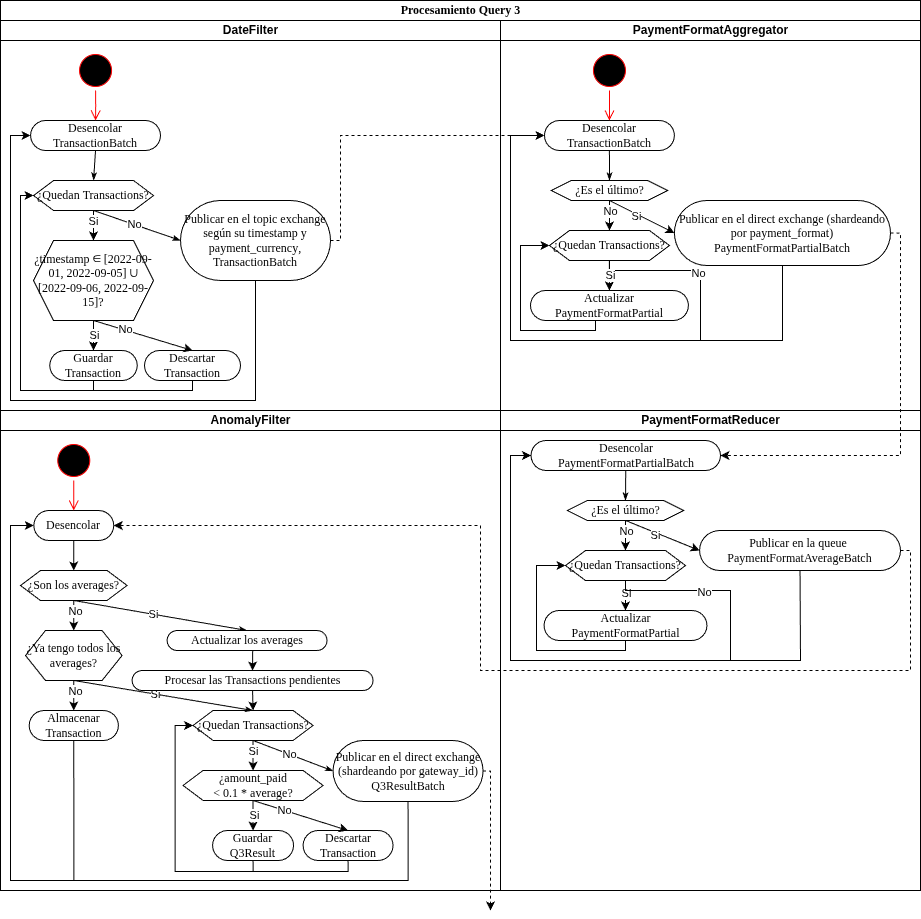
The draw.io diagram docs/diagramas/diagrama_actividades_q3.png in LucianaLarrosa/tp-distribuidos-moneylaundering, before a commit. Source tidied: cells renumbered, new cells last; positions are measured from the earlier drawing's top-left corner, leaving out a move shared by most shapes.
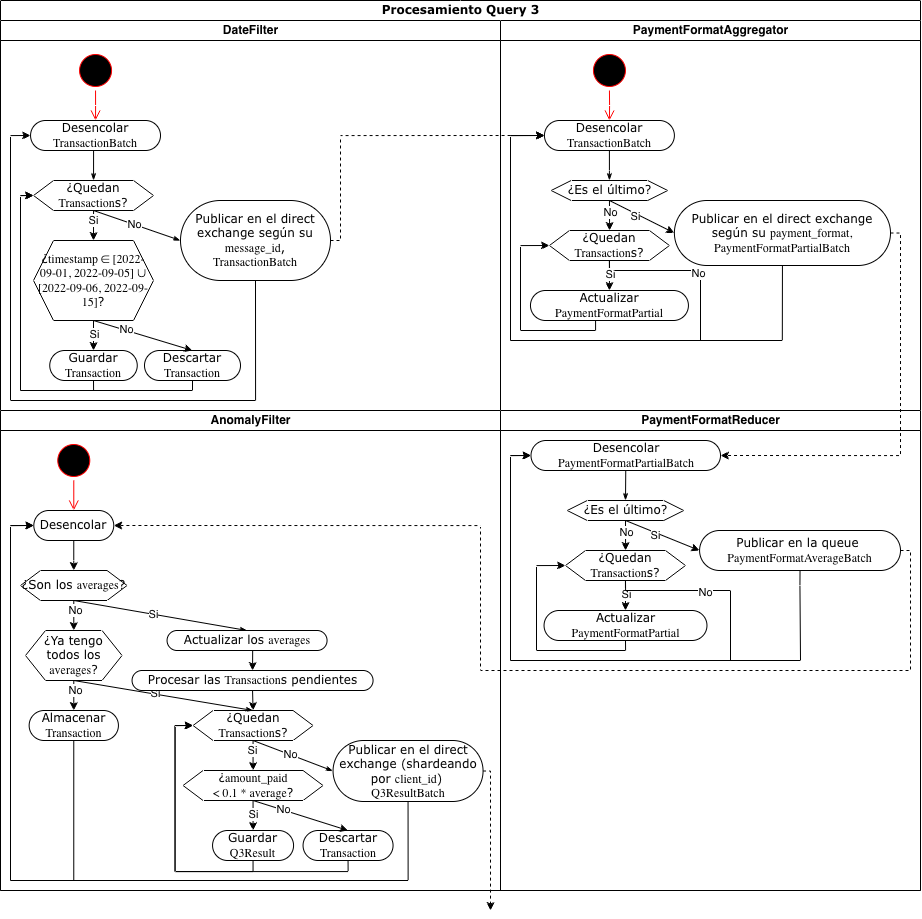
After the change.

Change to the diagram source:
```diff
@@ -35,7 +35,7 @@
         </Array>
       </mxGeometry>
     </mxCell>
-    <mxCell id="9" value="Publicar en el topic exchange según su &lt;span style=&quot;font-family: &amp;quot;Lucida Console&amp;quot;;&quot;&gt;timestamp &lt;/span&gt;y &lt;font face=&quot;Lucida Console&quot;&gt;payment_currency&lt;/font&gt;&lt;font face=&quot;Verdana&quot;&gt;,&lt;/font&gt;&lt;div&gt;&lt;font face=&quot;Lucida Console&quot;&gt;TransactionBatch&lt;/font&gt;&lt;/div&gt;" style="rounded=1;whiteSpace=wrap;html=1;shadow=0;comic=0;labelBackgroundColor=none;strokeWidth=1;fontFamily=Verdana;fontSize=12;align=center;arcSize=50;" parent="3" vertex="1">
+    <mxCell id="9" value="Publicar en el direct exchange según su &lt;font face=&quot;Lucida Console&quot;&gt;message_id&lt;/font&gt;&lt;font face=&quot;Verdana&quot;&gt;,&lt;/font&gt;&lt;div&gt;&lt;font face=&quot;Lucida Console&quot;&gt;TransactionBatch&lt;/font&gt;&lt;/div&gt;" style="rounded=1;whiteSpace=wrap;html=1;shadow=0;comic=0;labelBackgroundColor=none;strokeWidth=1;fontFamily=Verdana;fontSize=12;align=center;arcSize=50;" parent="3" vertex="1">
       <mxGeometry x="180" y="180" width="150" height="80" as="geometry" />
     </mxCell>
     <mxCell id="10" value="Desencolar &lt;font face=&quot;Lucida Console&quot;&gt;TransactionBatch&lt;/font&gt;" style="rounded=1;whiteSpace=wrap;html=1;shadow=0;comic=0;labelBackgroundColor=none;strokeWidth=1;fontFamily=Verdana;fontSize=12;align=center;arcSize=50;" parent="3" vertex="1">
@@ -131,7 +131,7 @@
         </Array>
       </mxGeometry>
     </mxCell>
-    <mxCell id="31" value="Publicar en el direct exchange (shardeando por&amp;nbsp;&lt;font face=&quot;Lucida Console&quot;&gt;gateway_id&lt;/font&gt;&lt;font face=&quot;Verdana&quot;&gt;)&lt;/font&gt;&lt;font face=&quot;Lucida Console&quot;&gt; Q3ResultBatch&lt;/font&gt;" style="rounded=1;whiteSpace=wrap;html=1;shadow=0;comic=0;labelBackgroundColor=none;strokeWidth=1;fontFamily=Verdana;fontSize=12;align=center;arcSize=50;" parent="24" vertex="1">
+    <mxCell id="31" value="Publicar en el direct exchange (shardeando por &lt;font face=&quot;Lucida Console&quot;&gt;client_id&lt;/font&gt;&lt;font face=&quot;Verdana&quot;&gt;)&lt;/font&gt;&lt;font face=&quot;Lucida Console&quot;&gt;&amp;nbsp;&lt;/font&gt;&lt;div&gt;&lt;font face=&quot;Lucida Console&quot;&gt;Q3ResultBatch&lt;/font&gt;&lt;/div&gt;" style="rounded=1;whiteSpace=wrap;html=1;shadow=0;comic=0;labelBackgroundColor=none;strokeWidth=1;fontFamily=Verdana;fontSize=12;align=center;arcSize=50;" parent="24" vertex="1">
       <mxGeometry x="332.6" y="330" width="150" height="61" as="geometry" />
     </mxCell>
     <mxCell id="32" style="edgeStyle=orthogonalEdgeStyle;rounded=0;jettySize=auto;html=1;entryX=0.5;entryY=0;entryDx=0;entryDy=0;" parent="24" edge="1" source="33" target="52">
@@ -330,7 +330,7 @@
     <mxCell id="80" value="&lt;font face=&quot;Verdana&quot;&gt;¿Es el último?&lt;/font&gt;" style="shape=hexagon;perimeter=hexagonPerimeter2;whiteSpace=wrap;html=1;fixedSize=1;" parent="62" vertex="1">
       <mxGeometry x="50.7" y="160" width="116.6" height="20" as="geometry" />
     </mxCell>
-    <mxCell id="81" value="Publicar en el direct exchange (shardeando&lt;div&gt;por &lt;font face=&quot;Lucida Console&quot;&gt;payment_format&lt;/font&gt;)&lt;/div&gt;&lt;div&gt;&lt;span style=&quot;font-family: &amp;quot;Lucida Console&amp;quot;; background-color: transparent; color: light-dark(rgb(0, 0, 0), rgb(255, 255, 255));&quot;&gt;PaymentFormatPartialBatch&lt;/span&gt;&lt;/div&gt;" style="rounded=1;whiteSpace=wrap;html=1;shadow=0;comic=0;labelBackgroundColor=none;strokeWidth=1;fontFamily=Verdana;fontSize=12;align=center;arcSize=50;" parent="62" vertex="1">
+    <mxCell id="81" value="Publicar en el direct exchange según su&amp;nbsp;&lt;span style=&quot;font-family: &amp;quot;Lucida Console&amp;quot;; background-color: transparent; color: light-dark(rgb(0, 0, 0), rgb(255, 255, 255));&quot;&gt;payment_format,&lt;/span&gt;&lt;div&gt;&lt;span style=&quot;font-family: &amp;quot;Lucida Console&amp;quot;; background-color: transparent; color: light-dark(rgb(0, 0, 0), rgb(255, 255, 255));&quot;&gt;PaymentFormatPartialBatch&lt;/span&gt;&lt;/div&gt;" style="rounded=1;whiteSpace=wrap;html=1;shadow=0;comic=0;labelBackgroundColor=none;strokeWidth=1;fontFamily=Verdana;fontSize=12;align=center;arcSize=50;" parent="62" vertex="1">
       <mxGeometry x="173.9" y="180" width="216.1" height="65" as="geometry" />
     </mxCell>
     <mxCell id="82" value="PaymentFormatReducer" style="swimlane;html=1;startSize=20;" parent="62" vertex="1">
```
